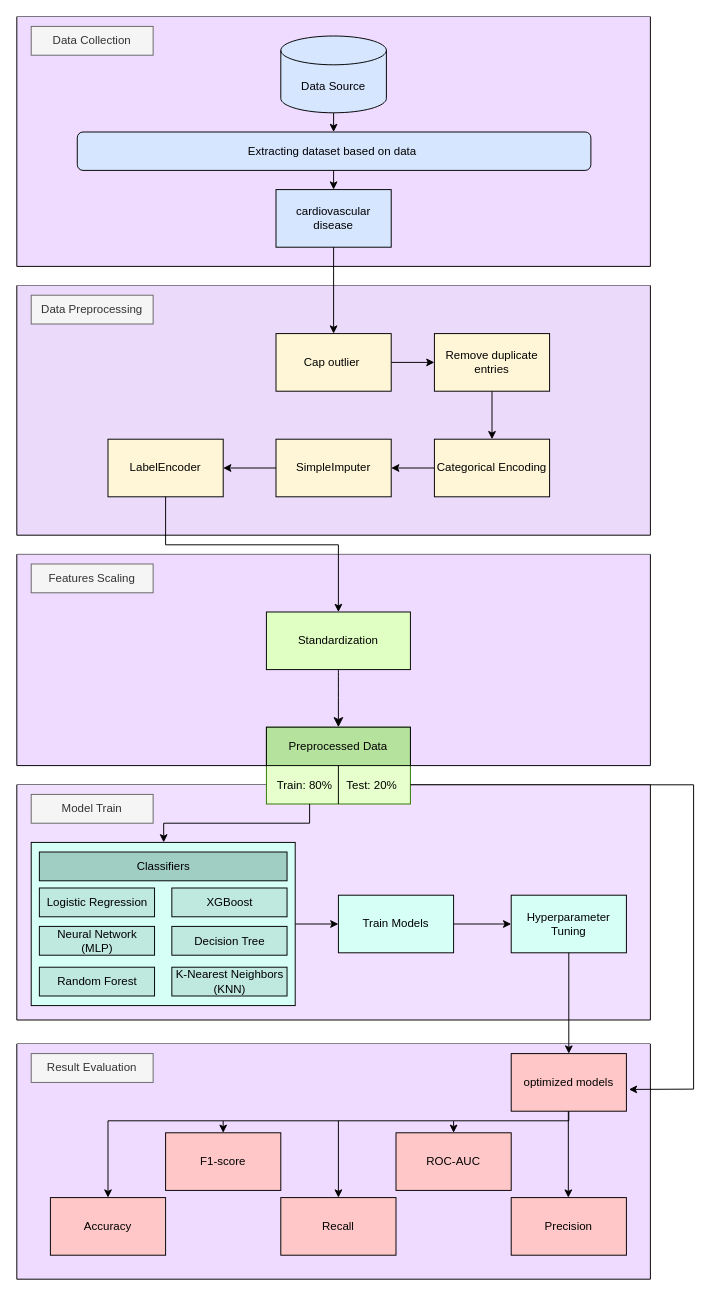
This is pj.drawio from Jenny-Tanananya/Diagram, a draw.io file, before an edit. Source tidied: cells renumbered, new cells numbered last; positions are measured from the earlier drawing's top-left corner, leaving out a move shared by most shapes. Both pictures are drawn from the tidied source at 96%, with x=0, y=0 at pixel (16, 16).
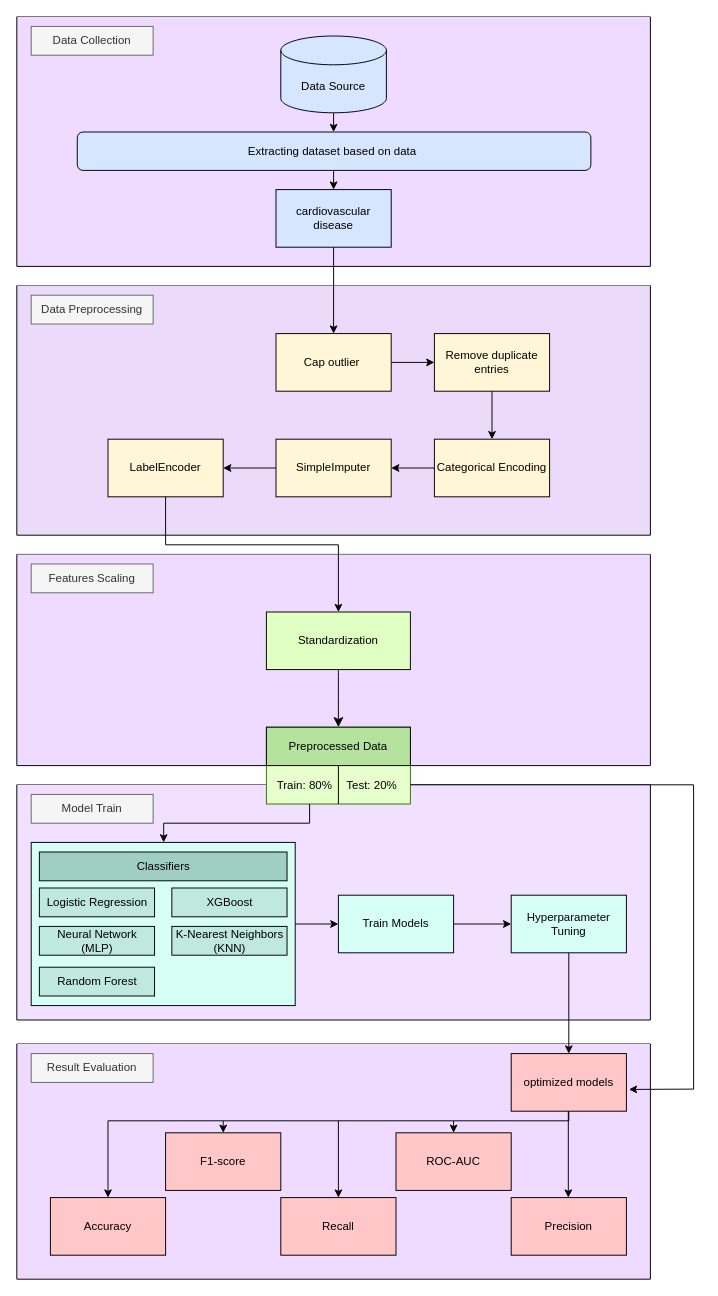
The same diagram, later.

Unchanged cells that the change refers to:
```xml
<mxCell id="2" style="swimlane;startSize=0;fillColor=light-dark(#f7e5ff, #ededed);swimlaneFillColor=light-dark(#f1e0ff, #ededed);" parent="1" vertex="1">
  <mxGeometry y="800" width="660" height="245" as="geometry" />
</mxCell>
```

What changed in the source:
```diff
@@
-    <mxCell id="9" value="&lt;span&gt;Decision Tree&lt;/span&gt;" style="rounded=0;whiteSpace=wrap;html=1;fillColor=light-dark(#bfe8de, #EDEDED);" parent="2" vertex="1">
-      <mxGeometry x="161.5" y="147.5" width="120" height="30" as="geometry" />
-    </mxCell>
     <mxCell id="10" value="K-Nearest Neighbors (KNN)" style="rounded=0;whiteSpace=wrap;html=1;fillColor=light-dark(#bfe8de, #EDEDED);" parent="2" vertex="1">
-      <mxGeometry x="161.5" y="190" width="120" height="30" as="geometry" />
+      <mxGeometry x="161.5" y="147.5" width="120" height="30" as="geometry" />
     </mxCell>
```
